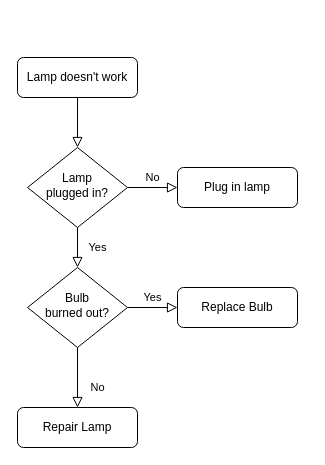
Above: Diagrama sem nome.drawio in hi-im-aurelio/Modes (draw.io), before the change. Source tidied: cells renumbered, new cells numbered last; positions are measured from the earlier drawing's top-left corner, leaving out a move shared by most shapes. Both pictures are drawn from the tidied source at 100%, with x=0, y=0 at pixel (17, 57).
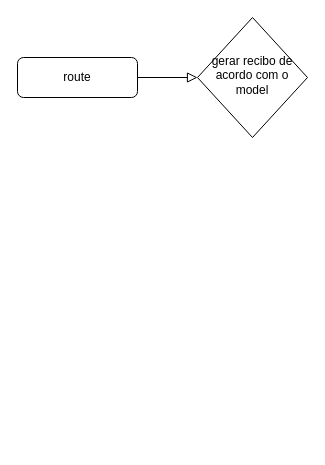
After the change.

What changed in the source:
```diff
@@
 <mxGraphModel>
   <root>
     <mxCell id="0" />
     <mxCell id="1" parent="0" />
     <mxCell id="2" style="rounded=0;html=1;jettySize=auto;fontSize=11;endArrow=block;endFill=0;endSize=8;strokeWidth=1;shadow=0;labelBackgroundColor=none;edgeStyle=orthogonalEdgeStyle;" parent="1" edge="1" source="3" target="6">
       <mxGeometry relative="1" as="geometry" />
     </mxCell>
-    <mxCell id="3" value="Lamp doesn't work" style="rounded=1;whiteSpace=wrap;html=1;fontSize=12;glass=0;strokeWidth=1;shadow=0;" parent="1" vertex="1">
+    <mxCell id="3" value="route" style="rounded=1;whiteSpace=wrap;html=1;fontSize=12;glass=0;strokeWidth=1;shadow=0;" parent="1" vertex="1">
       <mxGeometry width="120" height="40" as="geometry" />
     </mxCell>
-    <mxCell id="4" value="Yes" style="rounded=0;html=1;jettySize=auto;fontSize=11;endArrow=block;endFill=0;endSize=8;strokeWidth=1;shadow=0;labelBackgroundColor=none;edgeStyle=orthogonalEdgeStyle;" parent="1" edge="1" source="6" target="10">
-      <mxGeometry y="20" relative="1" as="geometry" />
-    </mxCell>
-    <mxCell id="5" value="No" style="edgeStyle=orthogonalEdgeStyle;rounded=0;html=1;jettySize=auto;fontSize=11;endArrow=block;endFill=0;endSize=8;strokeWidth=1;shadow=0;labelBackgroundColor=none;" parent="1" edge="1" source="6" target="7">
-      <mxGeometry y="10" relative="1" as="geometry" />
-    </mxCell>
-    <mxCell id="6" value="Lamp&lt;br&gt;plugged in?" style="rhombus;whiteSpace=wrap;html=1;shadow=0;fontFamily=Helvetica;fontSize=12;align=center;strokeWidth=1;spacing=6;spacingTop=-4;" parent="1" vertex="1">
-      <mxGeometry x="10" y="90" width="100" height="80" as="geometry" />
+    <mxCell id="6" value="gerar recibo de acordo com o model" style="rhombus;whiteSpace=wrap;html=1;shadow=0;fontFamily=Helvetica;fontSize=12;align=center;strokeWidth=1;spacing=6;spacingTop=-4;" parent="1" vertex="1">
+      <mxGeometry x="180" y="-40" width="110" height="120" as="geometry" />
     </mxCell>
-    <mxCell id="7" value="Plug in lamp" style="rounded=1;whiteSpace=wrap;html=1;fontSize=12;glass=0;strokeWidth=1;shadow=0;" parent="1" vertex="1">
-      <mxGeometry x="160" y="110" width="120" height="40" as="geometry" />
-    </mxCell>
-    <mxCell id="8" value="No" style="rounded=0;html=1;jettySize=auto;fontSize=11;endArrow=block;endFill=0;endSize=8;strokeWidth=1;shadow=0;labelBackgroundColor=none;edgeStyle=orthogonalEdgeStyle;" parent="1" edge="1" source="10" target="11">
-      <mxGeometry x="0.33" y="20" relative="1" as="geometry" />
-    </mxCell>
-    <mxCell id="9" value="Yes" style="edgeStyle=orthogonalEdgeStyle;rounded=0;html=1;jettySize=auto;fontSize=11;endArrow=block;endFill=0;endSize=8;strokeWidth=1;shadow=0;labelBackgroundColor=none;" parent="1" edge="1" source="10" target="12">
-      <mxGeometry y="10" relative="1" as="geometry" />
-    </mxCell>
-    <mxCell id="10" value="Bulb&lt;br&gt;burned out?" style="rhombus;whiteSpace=wrap;html=1;shadow=0;fontFamily=Helvetica;fontSize=12;align=center;strokeWidth=1;spacing=6;spacingTop=-4;" parent="1" vertex="1">
-      <mxGeometry x="10" y="210" width="100" height="80" as="geometry" />
-    </mxCell>
-    <mxCell id="11" value="Repair Lamp" style="rounded=1;whiteSpace=wrap;html=1;fontSize=12;glass=0;strokeWidth=1;shadow=0;" parent="1" vertex="1">
-      <mxGeometry y="350" width="120" height="40" as="geometry" />
-    </mxCell>
-    <mxCell id="12" value="Replace Bulb" style="rounded=1;whiteSpace=wrap;html=1;fontSize=12;glass=0;strokeWidth=1;shadow=0;" parent="1" vertex="1">
-      <mxGeometry x="160" y="230" width="120" height="40" as="geometry" />
-    </mxCell>
   </root>
 </mxGraphModel>
```
